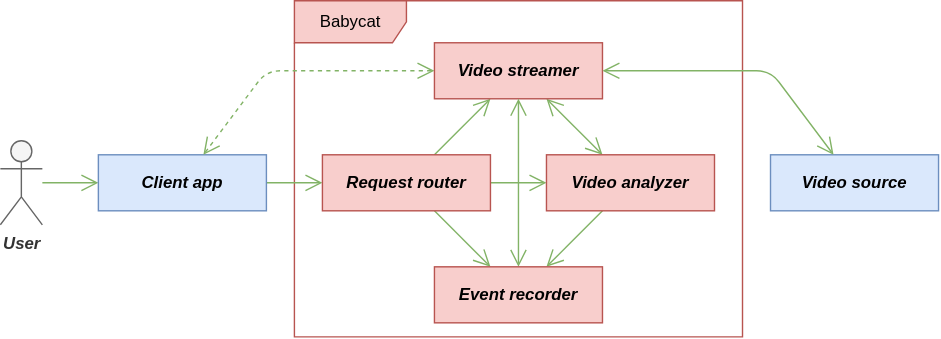
skim2048/babycat keeps this draw.io diagram as docs/srs/figs/2-2.drawio.svg. Above is the earlier version. Source tidied: cells renumbered, new cells last; positions are measured from the earlier drawing's top-left corner, leaving out a move shared by most shapes.
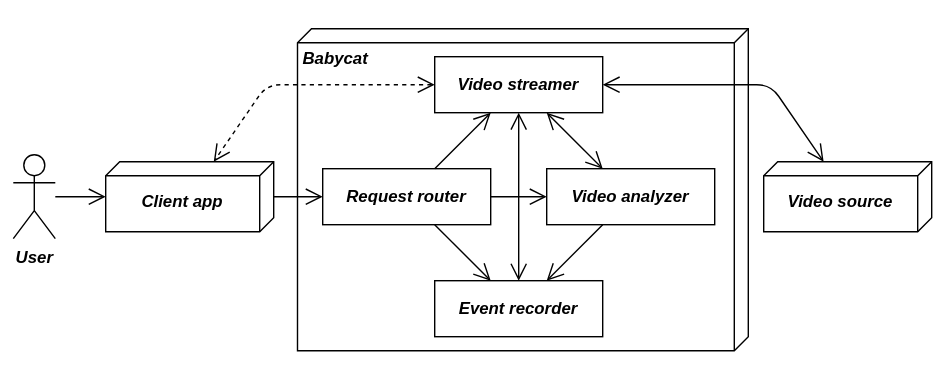
The same file after the commit.

Diff of the diagram source:
```diff
@@ -2,67 +2,70 @@
   <root>
     <mxCell id="0" />
     <mxCell id="1" parent="0" />
-    <mxCell id="2" value="Babycat" style="shape=umlFrame;whiteSpace=wrap;html=1;width=80;fillColor=#f8cecc;strokeColor=#b85450;fontStyle=0;height=30;" parent="1" vertex="1">
-      <mxGeometry x="210" width="320" height="240" as="geometry" />
+    <mxCell id="2" value="&lt;b&gt;&lt;i&gt;Babycat&lt;/i&gt;&lt;/b&gt;" style="verticalAlign=top;align=left;spacingTop=8;spacingLeft=2;spacingRight=12;shape=cube;size=10;direction=south;fontStyle=0;html=1;whiteSpace=wrap;fillColor=none;" parent="1" vertex="1">
+      <mxGeometry x="212" y="10" width="322" height="230" as="geometry" />
     </mxCell>
-    <mxCell id="3" style="edgeStyle=none;html=1;endArrow=open;endFill=0;endSize=10;fillColor=#d5e8d4;strokeColor=#82b366;" parent="1" edge="1" source="4" target="6">
+    <mxCell id="3" style="edgeStyle=none;html=1;endArrow=open;endFill=0;endSize=10;fillColor=#d5e8d4;strokeColor=light-dark(#000000,#FFFFFF);" parent="1" edge="1" source="4" target="6">
       <mxGeometry relative="1" as="geometry" />
     </mxCell>
-    <mxCell id="4" value="User" style="shape=umlActor;verticalLabelPosition=bottom;verticalAlign=top;html=1;outlineConnect=0;fillColor=#f5f5f5;fontColor=#333333;strokeColor=#666666;fontStyle=3;" parent="1" vertex="1">
-      <mxGeometry y="100" width="30" height="60" as="geometry" />
+    <mxCell id="4" value="User" style="shape=umlActor;verticalLabelPosition=bottom;verticalAlign=top;html=1;outlineConnect=0;fontStyle=3;fillColor=none;" parent="1" vertex="1">
+      <mxGeometry x="9" y="100" width="30" height="60" as="geometry" />
     </mxCell>
-    <mxCell id="5" style="edgeStyle=none;html=1;endArrow=open;endFill=0;endSize=10;fillColor=#d5e8d4;strokeColor=#82b366;" parent="1" edge="1" source="6" target="10">
+    <mxCell id="5" style="edgeStyle=none;html=1;endArrow=open;endFill=0;endSize=10;fillColor=#d5e8d4;strokeColor=light-dark(#000000,#FFFFFF);" parent="1" edge="1" source="6" target="10">
       <mxGeometry relative="1" as="geometry" />
     </mxCell>
-    <mxCell id="6" value="Client app" style="rounded=0;whiteSpace=wrap;html=1;fillColor=#dae8fc;strokeColor=#6c8ebf;fontStyle=3;" parent="1" vertex="1">
-      <mxGeometry x="70" y="110" width="120" height="40" as="geometry" />
-    </mxCell>
-    <mxCell id="7" style="edgeStyle=none;html=1;endArrow=open;endFill=0;endSize=10;fillColor=#d5e8d4;strokeColor=#82b366;" parent="1" edge="1" source="10" target="13">
+    <mxCell id="7" style="edgeStyle=none;html=1;endArrow=open;endFill=0;endSize=10;fillColor=#d5e8d4;strokeColor=light-dark(#000000,#FFFFFF);" parent="1" edge="1" source="10" target="13">
       <mxGeometry relative="1" as="geometry" />
     </mxCell>
-    <mxCell id="8" style="edgeStyle=none;html=1;endArrow=open;endFill=0;endSize=10;fillColor=#d5e8d4;strokeColor=#82b366;" parent="1" edge="1" source="10" target="15">
+    <mxCell id="8" style="edgeStyle=none;html=1;endArrow=open;endFill=0;endSize=10;fillColor=#d5e8d4;strokeColor=light-dark(#000000,#FFFFFF);" parent="1" edge="1" source="10" target="15">
       <mxGeometry relative="1" as="geometry" />
     </mxCell>
-    <mxCell id="9" style="edgeStyle=none;html=1;endArrow=open;endFill=0;endSize=10;fillColor=#d5e8d4;strokeColor=#82b366;" parent="1" edge="1" source="10" target="17">
+    <mxCell id="9" style="edgeStyle=none;html=1;endArrow=open;endFill=0;endSize=10;fillColor=#d5e8d4;strokeColor=light-dark(#000000,#FFFFFF);" parent="1" edge="1" source="10" target="17">
       <mxGeometry relative="1" as="geometry" />
     </mxCell>
-    <mxCell id="10" value="Request router" style="rounded=0;whiteSpace=wrap;html=1;fillColor=#f8cecc;strokeColor=#b85450;fontStyle=3;" parent="1" vertex="1">
+    <mxCell id="10" value="Request router" style="rounded=0;whiteSpace=wrap;html=1;fontStyle=3;fillColor=none;" parent="1" vertex="1">
       <mxGeometry x="230" y="110" width="120" height="40" as="geometry" />
     </mxCell>
-    <mxCell id="11" style="edgeStyle=none;html=1;endArrow=open;endFill=0;endSize=10;startArrow=open;startFill=0;startSize=10;fillColor=#d5e8d4;strokeColor=#82b366;" parent="1" edge="1" source="13" target="15">
+    <mxCell id="11" style="edgeStyle=none;html=1;endArrow=open;endFill=0;endSize=10;startArrow=open;startFill=0;startSize=10;fillColor=#d5e8d4;strokeColor=light-dark(#000000,#FFFFFF);" parent="1" edge="1" source="13" target="15">
       <mxGeometry relative="1" as="geometry" />
     </mxCell>
-    <mxCell id="12" style="edgeStyle=none;html=1;endArrow=open;endFill=0;endSize=10;fillColor=#d5e8d4;strokeColor=#82b366;" parent="1" edge="1" source="13" target="17">
+    <mxCell id="12" style="edgeStyle=none;html=1;endArrow=open;endFill=0;endSize=10;fillColor=#d5e8d4;strokeColor=light-dark(#000000,#FFFFFF);" parent="1" edge="1" source="13" target="17">
       <mxGeometry relative="1" as="geometry" />
     </mxCell>
-    <mxCell id="13" value="Video analyzer" style="rounded=0;whiteSpace=wrap;html=1;fillColor=#f8cecc;strokeColor=#b85450;fontStyle=3;" parent="1" vertex="1">
+    <mxCell id="13" value="Video analyzer" style="rounded=0;whiteSpace=wrap;html=1;fontStyle=3;fillColor=none;" parent="1" vertex="1">
       <mxGeometry x="390" y="110" width="120" height="40" as="geometry" />
     </mxCell>
-    <mxCell id="14" style="edgeStyle=none;html=1;endArrow=open;endFill=0;startArrow=open;startFill=0;dashed=1;endSize=10;startSize=10;fillColor=#d5e8d4;strokeColor=#82b366;" parent="1" edge="1" source="15" target="6">
+    <mxCell id="14" style="edgeStyle=none;html=1;endArrow=open;endFill=0;startArrow=open;startFill=0;dashed=1;endSize=10;startSize=10;fillColor=#d5e8d4;strokeColor=light-dark(#000000,#FFFFFF);" parent="1" edge="1" source="15" target="6">
       <mxGeometry relative="1" as="geometry">
         <Array as="points">
           <mxPoint x="190" y="50" />
         </Array>
       </mxGeometry>
     </mxCell>
-    <mxCell id="15" value="Video streamer" style="rounded=0;whiteSpace=wrap;html=1;fillColor=#f8cecc;strokeColor=#b85450;fontStyle=3;" parent="1" vertex="1">
+    <mxCell id="15" value="Video streamer" style="rounded=0;whiteSpace=wrap;html=1;fontStyle=3;fillColor=none;" parent="1" vertex="1">
       <mxGeometry x="310" y="30" width="120" height="40" as="geometry" />
     </mxCell>
-    <mxCell id="16" style="edgeStyle=none;html=1;endArrow=open;endFill=0;endSize=10;startArrow=open;startFill=0;startSize=10;fillColor=#d5e8d4;strokeColor=#82b366;" parent="1" edge="1" source="17" target="15">
+    <mxCell id="16" style="edgeStyle=none;html=1;endArrow=open;endFill=0;endSize=10;startArrow=open;startFill=0;startSize=10;fillColor=#d5e8d4;strokeColor=light-dark(#000000,#FFFFFF);" parent="1" edge="1" source="17" target="15">
       <mxGeometry relative="1" as="geometry" />
     </mxCell>
-    <mxCell id="17" value="Event recorder" style="rounded=0;whiteSpace=wrap;html=1;fillColor=#f8cecc;strokeColor=#b85450;fontStyle=3;" parent="1" vertex="1">
+    <mxCell id="17" value="Event recorder" style="rounded=0;whiteSpace=wrap;html=1;fontStyle=3;fillColor=none;" parent="1" vertex="1">
       <mxGeometry x="310" y="190" width="120" height="40" as="geometry" />
     </mxCell>
+    <mxCell id="19" style="edgeStyle=none;html=1;endArrow=open;endFill=0;endSize=10;startArrow=open;startFill=0;startSize=10;fillColor=#d5e8d4;strokeColor=light-dark(#000000,#FFFFFF);" parent="1" edge="1" source="18" target="15">
+      <mxGeometry relative="1" as="geometry">
+        <Array as="points">
+          <mxPoint x="550" y="50" />
+        </Array>
+      </mxGeometry>
+    </mxCell>
+    <mxCell id="6" value="&lt;b&gt;&lt;i&gt;Client app&lt;/i&gt;&lt;/b&gt;" style="verticalAlign=middle;align=center;spacingTop=8;spacingLeft=2;spacingRight=12;shape=cube;size=10;direction=south;fontStyle=0;html=1;whiteSpace=wrap;fillColor=none;" parent="1" vertex="1">
+      <mxGeometry x="75" y="105" width="120" height="50" as="geometry" />
+    </mxCell>
-    <mxCell id="18" value="Video source" style="rounded=0;whiteSpace=wrap;html=1;fillColor=#dae8fc;strokeColor=#6c8ebf;fontStyle=3;" parent="1" vertex="1">
-      <mxGeometry x="550" y="110" width="120" height="40" as="geometry" />
+    <mxCell id="18" value="&lt;b&gt;&lt;i&gt;Video source&lt;/i&gt;&lt;/b&gt;" style="verticalAlign=middle;align=center;spacingTop=8;spacingLeft=2;spacingRight=12;shape=cube;size=10;direction=south;fontStyle=0;html=1;whiteSpace=wrap;fillColor=none;" parent="1" vertex="1">
+      <mxGeometry x="545" y="105" width="120" height="50" as="geometry" />
     </mxCell>
-    <mxCell id="19" style="edgeStyle=none;html=1;endArrow=open;endFill=0;endSize=10;startArrow=open;startFill=0;startSize=10;fillColor=#d5e8d4;strokeColor=#82b366;" parent="1" edge="1" source="18" target="15">
-      <mxGeometry relative="1" as="geometry">
-        <Array as="points">
-          <mxPoint x="550" y="50" />
-        </Array>
-      </mxGeometry>
-    </mxCell>
+    <mxCell id="20" style="rounded=0;whiteSpace=wrap;html=1;fillColor=none;strokeColor=none;" parent="1" vertex="1">
+      <mxGeometry y="-10" width="670" height="270" as="geometry" />
+    </mxCell>
   </root>
 </mxGraphModel>
```
